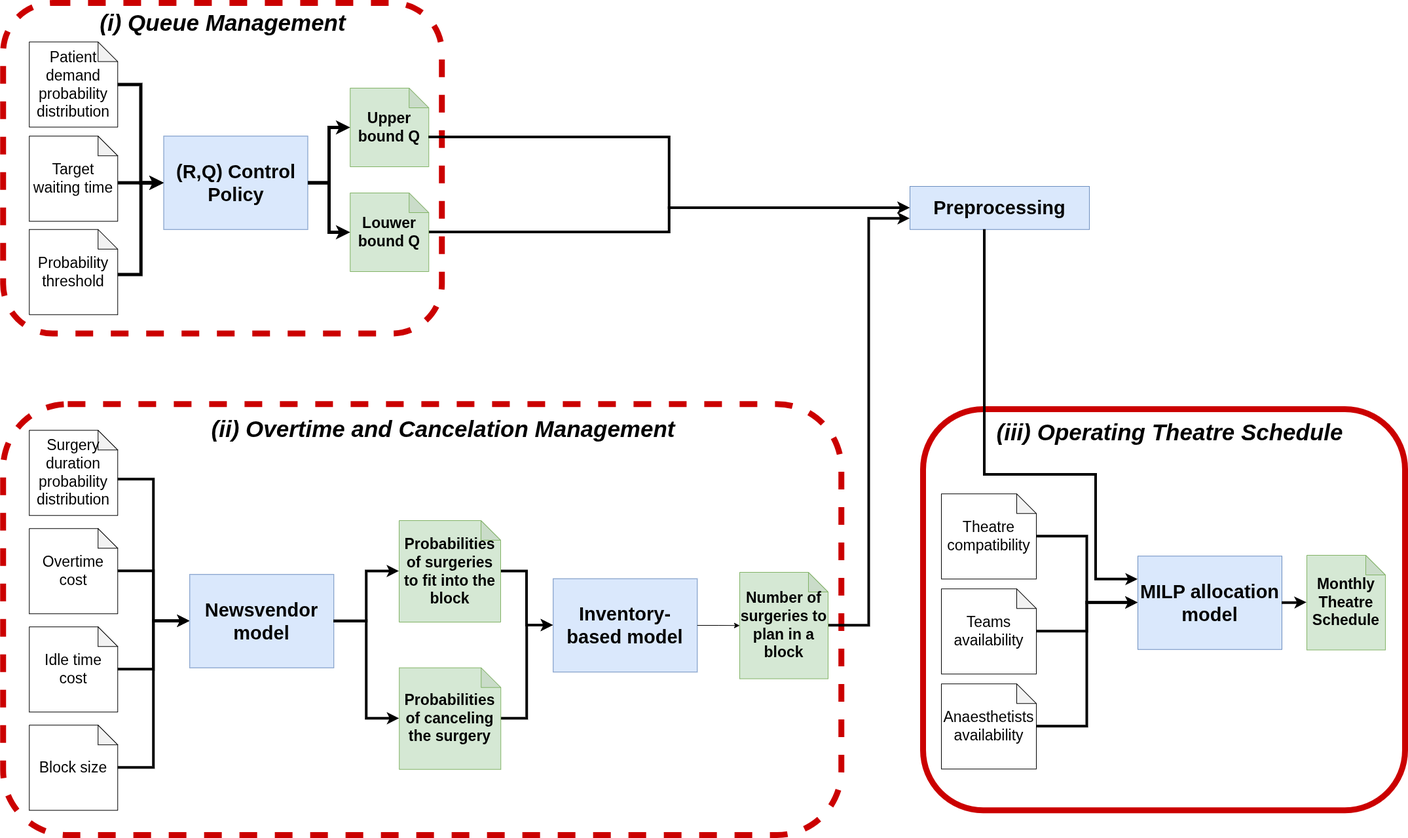
This is images/diagram.png from jpfsilvaa/first_paper, a draw.io export, as it was before one commit. Source tidied: cells renumbered, new cells last; positions are measured from the earlier drawing's top-left corner, leaving out a move shared by most shapes. Its diagram source:
```xml
<mxGraphModel>
  <root>
    <mxCell id="0" />
    <mxCell id="1" parent="0" />
    <mxCell id="2" style="rounded=1;whiteSpace=wrap;html=1;strokeWidth=9;strokeColor=#CB0000;dashed=1;" parent="1" vertex="1">
      <mxGeometry x="0.2" y="612.2" width="1280" height="657.8" as="geometry" />
    </mxCell>
    <mxCell id="3" style="rounded=1;whiteSpace=wrap;html=1;strokeWidth=9;strokeColor=#CB0000;dashed=1;" parent="1" vertex="1">
      <mxGeometry x="0.2" width="670" height="504.5" as="geometry" />
    </mxCell>
    <mxCell id="4" style="edgeStyle=orthogonalEdgeStyle;rounded=0;jettySize=auto;html=1;entryX=0;entryY=0.5;entryDx=0;entryDy=0;strokeWidth=5;" parent="1" edge="1" target="6">
      <mxGeometry relative="1" as="geometry">
        <mxPoint x="175.2" y="414.5" as="sourcePoint" />
      </mxGeometry>
    </mxCell>
    <mxCell id="5" style="edgeStyle=orthogonalEdgeStyle;rounded=0;jettySize=auto;html=1;entryX=0;entryY=0.5;entryDx=0;entryDy=0;strokeWidth=5;" parent="1" edge="1" target="6">
      <mxGeometry relative="1" as="geometry">
        <mxPoint x="175.2" y="274.5" as="sourcePoint" />
      </mxGeometry>
    </mxCell>
    <mxCell id="6" value="&lt;b&gt;&lt;font&gt;(R,Q) Control Policy&lt;/font&gt;&lt;/b&gt;" style="rounded=0;whiteSpace=wrap;html=1;fontSize=29;fillColor=#dae8fc;strokeColor=#6c8ebf;" parent="1" vertex="1">
      <mxGeometry x="245.5" y="203.2" width="220" height="142.5" as="geometry" />
    </mxCell>
    <mxCell id="7" style="edgeStyle=orthogonalEdgeStyle;rounded=0;jettySize=auto;html=1;entryX=0;entryY=0.5;entryDx=0;entryDy=0;strokeWidth=4;" parent="1" edge="1" source="8" target="33">
      <mxGeometry relative="1" as="geometry" />
    </mxCell>
    <mxCell id="8" value="&lt;font&gt;Louwer bound Q&lt;/font&gt;" style="shape=note;whiteSpace=wrap;html=1;backgroundOutline=1;darkOpacity=0.05;fontSize=23;fillColor=#d5e8d4;fontStyle=1;strokeColor=#82b366;" parent="1" vertex="1">
      <mxGeometry x="530.2" y="290" width="120" height="120" as="geometry" />
    </mxCell>
    <mxCell id="9" value="(i) Queue Management" style="text;html=1;align=center;verticalAlign=middle;whiteSpace=wrap;rounded=0;fontSize=35;fontStyle=3;fontColor=light-dark(#000000,#000000);" parent="1" vertex="1">
      <mxGeometry x="71.5" y="8.2" width="527.5" height="44" as="geometry" />
    </mxCell>
    <mxCell id="10" style="edgeStyle=orthogonalEdgeStyle;rounded=0;jettySize=auto;html=1;entryX=0;entryY=0.5;entryDx=0;entryDy=0;entryPerimeter=0;strokeWidth=5;" parent="1" edge="1" source="6" target="8">
      <mxGeometry relative="1" as="geometry" />
    </mxCell>
    <mxCell id="11" style="edgeStyle=orthogonalEdgeStyle;rounded=0;jettySize=auto;html=1;exitX=0;exitY=0;exitDx=100;exitDy=75;exitPerimeter=0;entryX=0;entryY=0.5;entryDx=0;entryDy=0;strokeWidth=4;" parent="1" edge="1" source="12" target="19">
      <mxGeometry relative="1" as="geometry" />
    </mxCell>
    <mxCell id="12" value="&lt;div&gt;Surgery duration probability distribution&lt;/div&gt;" style="shape=note;whiteSpace=wrap;html=1;backgroundOutline=1;darkOpacity=0.05;fontSize=23;" parent="1" vertex="1">
      <mxGeometry x="40.2" y="652.2" width="135" height="130" as="geometry" />
    </mxCell>
    <mxCell id="13" style="edgeStyle=orthogonalEdgeStyle;rounded=0;jettySize=auto;html=1;strokeWidth=4;" parent="1" edge="1" source="14" target="19">
      <mxGeometry relative="1" as="geometry" />
    </mxCell>
    <mxCell id="14" value="&lt;div&gt;Idle time cost&lt;/div&gt;" style="shape=note;whiteSpace=wrap;html=1;backgroundOutline=1;darkOpacity=0.05;fontSize=23;" parent="1" vertex="1">
      <mxGeometry x="40.2" y="952.2" width="135" height="130" as="geometry" />
    </mxCell>
    <mxCell id="15" style="edgeStyle=orthogonalEdgeStyle;rounded=0;jettySize=auto;html=1;entryX=0;entryY=0.5;entryDx=0;entryDy=0;strokeWidth=4;" parent="1" edge="1" source="16" target="19">
      <mxGeometry relative="1" as="geometry" />
    </mxCell>
    <mxCell id="16" value="&lt;div&gt;Overtime cost&lt;/div&gt;" style="shape=note;whiteSpace=wrap;html=1;backgroundOutline=1;darkOpacity=0.05;fontSize=23;" parent="1" vertex="1">
      <mxGeometry x="40.2" y="802.2" width="135" height="130" as="geometry" />
    </mxCell>
    <mxCell id="17" style="edgeStyle=orthogonalEdgeStyle;rounded=0;jettySize=auto;html=1;entryX=0;entryY=0.5;entryDx=0;entryDy=0;strokeWidth=4;" parent="1" edge="1" source="18" target="19">
      <mxGeometry relative="1" as="geometry" />
    </mxCell>
    <mxCell id="18" value="&lt;div&gt;Block size&lt;/div&gt;" style="shape=note;whiteSpace=wrap;html=1;backgroundOutline=1;darkOpacity=0.05;fontSize=23;" parent="1" vertex="1">
      <mxGeometry x="40.2" y="1102.2" width="135" height="130" as="geometry" />
    </mxCell>
    <mxCell id="19" value="&lt;b&gt;&lt;font&gt;Newsvendor model&lt;/font&gt;&lt;/b&gt;" style="rounded=0;whiteSpace=wrap;html=1;fontSize=29;fillColor=#dae8fc;strokeColor=#6c8ebf;" parent="1" vertex="1">
      <mxGeometry x="285.2" y="872.2" width="220" height="142.5" as="geometry" />
    </mxCell>
    <mxCell id="20" style="edgeStyle=orthogonalEdgeStyle;rounded=0;jettySize=auto;html=1;entryX=0;entryY=0.5;entryDx=0;entryDy=0;strokeWidth=4;" parent="1" edge="1" source="21" target="26">
      <mxGeometry relative="1" as="geometry" />
    </mxCell>
    <mxCell id="21" value="&lt;div&gt;Probabilities of surgeries to fit into the block&lt;/div&gt;" style="shape=note;whiteSpace=wrap;html=1;backgroundOutline=1;darkOpacity=0.05;fontSize=23;fillColor=#d5e8d4;strokeColor=#82b366;fontStyle=1;" parent="1" vertex="1">
      <mxGeometry x="605" y="790" width="155" height="155" as="geometry" />
    </mxCell>
    <mxCell id="22" style="edgeStyle=orthogonalEdgeStyle;rounded=0;jettySize=auto;html=1;entryX=0;entryY=0.5;entryDx=0;entryDy=0;strokeWidth=4;" parent="1" edge="1" source="23" target="26">
      <mxGeometry relative="1" as="geometry" />
    </mxCell>
    <mxCell id="23" value="&lt;div&gt;Probabilities of canceling the surgery&lt;/div&gt;" style="shape=note;whiteSpace=wrap;html=1;backgroundOutline=1;darkOpacity=0.05;fontSize=23;fillColor=#d5e8d4;strokeColor=#82b366;fontStyle=1;" parent="1" vertex="1">
      <mxGeometry x="605.2" y="1014.8" width="155" height="155" as="geometry" />
    </mxCell>
    <mxCell id="24" style="edgeStyle=orthogonalEdgeStyle;rounded=0;jettySize=auto;html=1;entryX=0;entryY=0.5;entryDx=0;entryDy=0;entryPerimeter=0;strokeWidth=4;" parent="1" edge="1" source="19" target="21">
      <mxGeometry relative="1" as="geometry" />
    </mxCell>
    <mxCell id="25" style="edgeStyle=orthogonalEdgeStyle;rounded=0;jettySize=auto;html=1;entryX=0;entryY=0.5;entryDx=0;entryDy=0;entryPerimeter=0;strokeWidth=4;" parent="1" edge="1" source="19" target="23">
      <mxGeometry relative="1" as="geometry" />
    </mxCell>
    <mxCell id="26" value="&lt;span&gt;&lt;b&gt;Inventory-&lt;/b&gt;&lt;/span&gt;&lt;b style=&quot;background-color: transparent; color: light-dark(rgb(0, 0, 0), rgb(255, 255, 255));&quot;&gt;based model&lt;/b&gt;" style="rounded=0;whiteSpace=wrap;html=1;fontSize=29;fillColor=#dae8fc;strokeColor=#6c8ebf;" parent="1" vertex="1">
      <mxGeometry x="840.2" y="878.8" width="220" height="142.5" as="geometry" />
    </mxCell>
    <mxCell id="27" style="edgeStyle=orthogonalEdgeStyle;rounded=0;jettySize=auto;html=1;entryX=0;entryY=0.75;entryDx=0;entryDy=0;strokeWidth=4;" parent="1" edge="1" source="28" target="33">
      <mxGeometry relative="1" as="geometry" />
    </mxCell>
    <mxCell id="28" value="Number of surgeries to plan in a block" style="shape=note;whiteSpace=wrap;html=1;backgroundOutline=1;darkOpacity=0.05;fontSize=23;fillColor=#d5e8d4;fontStyle=1;strokeColor=#82b366;" parent="1" vertex="1">
      <mxGeometry x="1125" y="869" width="135" height="162.5" as="geometry" />
    </mxCell>
    <mxCell id="29" style="edgeStyle=orthogonalEdgeStyle;rounded=0;jettySize=auto;html=1;entryX=0;entryY=0.5;entryDx=0;entryDy=0;entryPerimeter=0;" parent="1" edge="1" source="26" target="28">
      <mxGeometry relative="1" as="geometry" />
    </mxCell>
    <mxCell id="30" value="(ii) Overtime and Cancelation Management" style="text;html=1;align=center;verticalAlign=middle;whiteSpace=wrap;rounded=0;fontSize=35;fontStyle=3;fontColor=light-dark(#000000,#000000);" parent="1" vertex="1">
      <mxGeometry x="313.2" y="628" width="718.5" height="44" as="geometry" />
    </mxCell>
    <mxCell id="31" style="edgeStyle=orthogonalEdgeStyle;rounded=0;jettySize=auto;html=1;entryX=0;entryY=0.5;entryDx=0;entryDy=0;strokeWidth=5;" parent="1" edge="1" source="32" target="6">
      <mxGeometry relative="1" as="geometry" />
    </mxCell>
    <mxCell id="32" value="&lt;div&gt;Patient demand probability distribution&lt;/div&gt;" style="shape=note;whiteSpace=wrap;html=1;backgroundOutline=1;darkOpacity=0.05;fontSize=23;" parent="1" vertex="1">
      <mxGeometry x="40.2" y="59.5" width="135" height="130" as="geometry" />
    </mxCell>
    <mxCell id="33" value="&lt;b&gt;&lt;font&gt;Preprocessing&lt;/font&gt;&lt;/b&gt;" style="rounded=0;whiteSpace=wrap;html=1;fontSize=29;fillColor=#dae8fc;strokeColor=#6c8ebf;" parent="1" vertex="1">
      <mxGeometry x="1385" y="280" width="274" height="65.8" as="geometry" />
    </mxCell>
    <mxCell id="34" style="rounded=1;whiteSpace=wrap;html=1;strokeWidth=9;strokeColor=#CB0000;" parent="1" vertex="1">
      <mxGeometry x="1405" y="620" width="736" height="612.2" as="geometry" />
    </mxCell>
    <mxCell id="35" value="(iii) Operating Theatre Schedule" style="text;html=1;align=center;verticalAlign=middle;whiteSpace=wrap;rounded=0;fontSize=35;fontStyle=3;fontColor=light-dark(#000000,#000000);" parent="1" vertex="1">
      <mxGeometry x="1509.2" y="633" width="545.8" height="44" as="geometry" />
    </mxCell>
    <mxCell id="36" style="edgeStyle=orthogonalEdgeStyle;rounded=0;jettySize=auto;html=1;entryX=0;entryY=0.5;entryDx=0;entryDy=0;strokeWidth=4;" parent="1" edge="1" source="37" target="42">
      <mxGeometry relative="1" as="geometry" />
    </mxCell>
    <mxCell id="37" value="&lt;span&gt;Theatre compatibility&lt;/span&gt;" style="shape=note;whiteSpace=wrap;html=1;backgroundOutline=1;darkOpacity=0.05;fontSize=23;" parent="1" vertex="1">
      <mxGeometry x="1433" y="749.2" width="145" height="130" as="geometry" />
    </mxCell>
    <mxCell id="38" style="edgeStyle=orthogonalEdgeStyle;rounded=0;jettySize=auto;html=1;entryX=0;entryY=0.5;entryDx=0;entryDy=0;strokeWidth=4;" parent="1" edge="1" source="39" target="42">
      <mxGeometry relative="1" as="geometry" />
    </mxCell>
    <mxCell id="39" value="&lt;span&gt;Teams availability&lt;/span&gt;" style="shape=note;whiteSpace=wrap;html=1;backgroundOutline=1;darkOpacity=0.05;fontSize=23;" parent="1" vertex="1">
      <mxGeometry x="1433" y="894.2" width="145" height="130" as="geometry" />
    </mxCell>
    <mxCell id="40" style="edgeStyle=orthogonalEdgeStyle;rounded=0;jettySize=auto;html=1;entryX=0;entryY=0.5;entryDx=0;entryDy=0;strokeWidth=4;" parent="1" edge="1" source="41" target="42">
      <mxGeometry relative="1" as="geometry" />
    </mxCell>
    <mxCell id="41" value="&lt;span&gt;Anaesthetists availability&lt;/span&gt;" style="shape=note;whiteSpace=wrap;html=1;backgroundOutline=1;darkOpacity=0.05;fontSize=23;" parent="1" vertex="1">
      <mxGeometry x="1433" y="1039.2" width="145" height="130" as="geometry" />
    </mxCell>
    <mxCell id="42" value="&lt;b&gt;&lt;font&gt;MILP allocation model&lt;/font&gt;&lt;/b&gt;" style="rounded=0;whiteSpace=wrap;html=1;fontSize=29;fillColor=#dae8fc;strokeColor=#6c8ebf;" parent="1" vertex="1">
      <mxGeometry x="1733" y="844.2" width="220" height="142.5" as="geometry" />
    </mxCell>
    <mxCell id="43" value="&lt;span&gt;Monthly Theatre Schedule&lt;/span&gt;" style="shape=note;whiteSpace=wrap;html=1;backgroundOutline=1;darkOpacity=0.05;fontSize=23;fillColor=#d5e8d4;fontStyle=1;strokeColor=#82b366;" parent="1" vertex="1">
      <mxGeometry x="1991" y="843" width="120" height="144.5" as="geometry" />
    </mxCell>
    <mxCell id="44" style="edgeStyle=orthogonalEdgeStyle;rounded=0;jettySize=auto;html=1;entryX=0;entryY=0.5;entryDx=0;entryDy=0;entryPerimeter=0;strokeWidth=4;" parent="1" edge="1" source="42" target="43">
      <mxGeometry relative="1" as="geometry" />
    </mxCell>
    <mxCell id="45" style="edgeStyle=orthogonalEdgeStyle;rounded=0;jettySize=auto;html=1;entryX=0;entryY=0.25;entryDx=0;entryDy=0;strokeWidth=4;" parent="1" edge="1" source="33" target="42">
      <mxGeometry relative="1" as="geometry">
        <Array as="points">
          <mxPoint x="1499" y="720" />
          <mxPoint x="1669" y="720" />
          <mxPoint x="1669" y="880" />
        </Array>
      </mxGeometry>
    </mxCell>
    <mxCell id="46" value="Upper bound Q" style="shape=note;whiteSpace=wrap;html=1;backgroundOutline=1;darkOpacity=0.05;fontSize=23;fillColor=#d5e8d4;fontStyle=1;strokeColor=#82b366;" parent="1" vertex="1">
      <mxGeometry x="530.2" y="130" width="120" height="120" as="geometry" />
    </mxCell>
    <mxCell id="47" style="edgeStyle=orthogonalEdgeStyle;rounded=0;jettySize=auto;html=1;entryX=0;entryY=0.5;entryDx=0;entryDy=0;entryPerimeter=0;strokeWidth=5;" parent="1" edge="1" source="6" target="46">
      <mxGeometry relative="1" as="geometry" />
    </mxCell>
    <mxCell id="48" style="edgeStyle=orthogonalEdgeStyle;rounded=0;jettySize=auto;html=1;entryX=0;entryY=0.5;entryDx=0;entryDy=0;strokeWidth=4;exitX=0;exitY=0;exitDx=120;exitDy=75;exitPerimeter=0;" parent="1" edge="1" source="46" target="33">
      <mxGeometry relative="1" as="geometry" />
    </mxCell>
    <mxCell id="49" value="&lt;div&gt;Target waiting time&lt;/div&gt;" style="shape=note;whiteSpace=wrap;html=1;backgroundOutline=1;darkOpacity=0.05;fontSize=23;" parent="1" vertex="1">
      <mxGeometry x="40.2" y="203.2" width="135" height="130" as="geometry" />
    </mxCell>
    <mxCell id="50" value="&lt;div&gt;Probability threshold&lt;/div&gt;" style="shape=note;whiteSpace=wrap;html=1;backgroundOutline=1;darkOpacity=0.05;fontSize=23;" parent="1" vertex="1">
      <mxGeometry x="40.2" y="345.8" width="135" height="130" as="geometry" />
    </mxCell>
  </root>
</mxGraphModel>
```
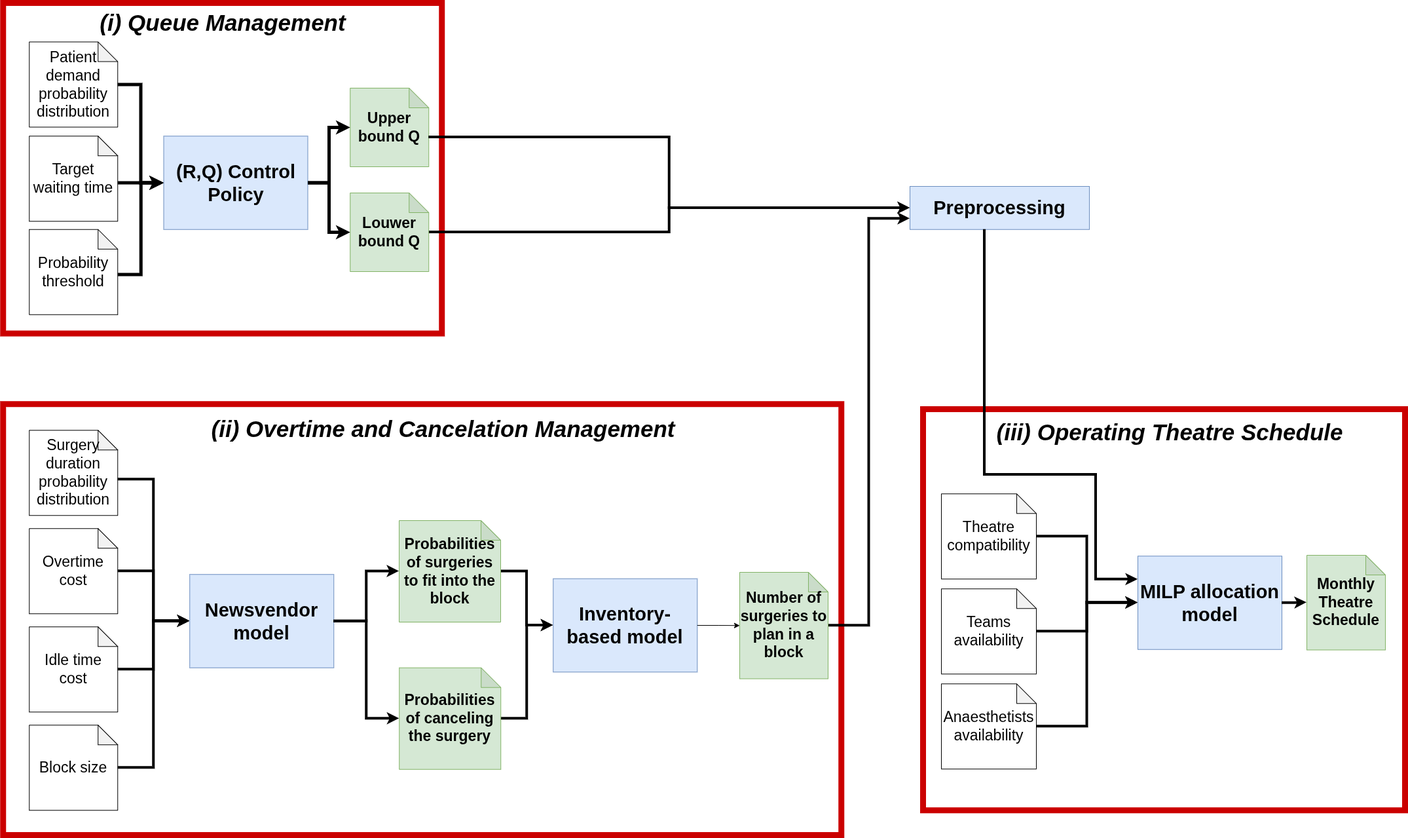
Later version of the same file.

Change to the diagram source:
```diff
@@ -2,10 +2,10 @@
   <root>
     <mxCell id="0" />
     <mxCell id="1" parent="0" />
-    <mxCell id="2" style="rounded=1;whiteSpace=wrap;html=1;strokeWidth=9;strokeColor=#CB0000;dashed=1;" parent="1" vertex="1">
+    <mxCell id="2" style="rounded=0;whiteSpace=wrap;html=1;strokeWidth=9;strokeColor=#CB0000;" parent="1" vertex="1">
       <mxGeometry x="0.2" y="612.2" width="1280" height="657.8" as="geometry" />
     </mxCell>
-    <mxCell id="3" style="rounded=1;whiteSpace=wrap;html=1;strokeWidth=9;strokeColor=#CB0000;dashed=1;" parent="1" vertex="1">
+    <mxCell id="3" style="rounded=0;whiteSpace=wrap;html=1;strokeWidth=9;strokeColor=#CB0000;" parent="1" vertex="1">
       <mxGeometry x="0.2" width="670" height="504.5" as="geometry" />
     </mxCell>
     <mxCell id="4" style="edgeStyle=orthogonalEdgeStyle;rounded=0;jettySize=auto;html=1;entryX=0;entryY=0.5;entryDx=0;entryDy=0;strokeWidth=5;" parent="1" edge="1" target="6">
@@ -102,7 +102,7 @@
     <mxCell id="33" value="&lt;b&gt;&lt;font&gt;Preprocessing&lt;/font&gt;&lt;/b&gt;" style="rounded=0;whiteSpace=wrap;html=1;fontSize=29;fillColor=#dae8fc;strokeColor=#6c8ebf;" parent="1" vertex="1">
       <mxGeometry x="1385" y="280" width="274" height="65.8" as="geometry" />
     </mxCell>
-    <mxCell id="34" style="rounded=1;whiteSpace=wrap;html=1;strokeWidth=9;strokeColor=#CB0000;" parent="1" vertex="1">
+    <mxCell id="34" style="rounded=0;whiteSpace=wrap;html=1;strokeWidth=9;strokeColor=#CB0000;" parent="1" vertex="1">
       <mxGeometry x="1405" y="620" width="736" height="612.2" as="geometry" />
     </mxCell>
     <mxCell id="35" value="(iii) Operating Theatre Schedule" style="text;html=1;align=center;verticalAlign=middle;whiteSpace=wrap;rounded=0;fontSize=35;fontStyle=3;fontColor=light-dark(#000000,#000000);" parent="1" vertex="1">
```
